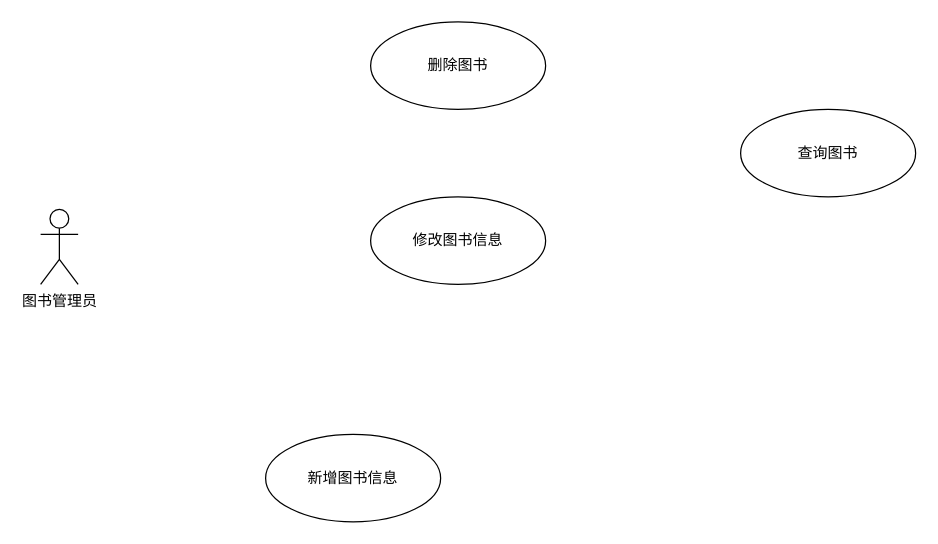
Above: 用例图.drawio in KoterRomanov/UML (draw.io), before the change. Source tidied: cells renumbered, new cells numbered last; positions are measured from the earlier drawing's top-left corner, leaving out a move shared by most shapes. Both pictures are drawn from the tidied source at 125%, with x=0, y=0 at pixel (40, 21).
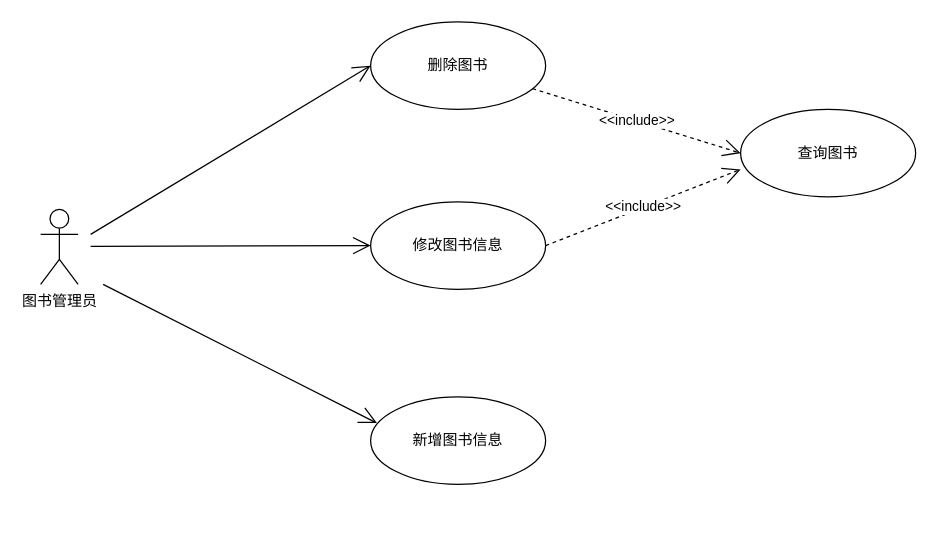
After the change.

Commit message (it also covers changes not shown here):
更新用例图.drawio

The edit, as a diff of the source:
```diff
@@
 <mxGraphModel>
   <root>
     <mxCell id="0" />
     <mxCell id="1" parent="0" />
     <mxCell id="2" value="图书管理员" style="shape=umlActor;verticalLabelPosition=bottom;verticalAlign=top;html=1;" parent="1" vertex="1">
       <mxGeometry y="150" width="30" height="60" as="geometry" />
     </mxCell>
     <mxCell id="3" value="删除图书" style="ellipse;whiteSpace=wrap;html=1;" parent="1" vertex="1">
       <mxGeometry x="264" width="140" height="70" as="geometry" />
     </mxCell>
     <mxCell id="4" value="修改图书信息" style="ellipse;whiteSpace=wrap;html=1;" parent="1" vertex="1">
-      <mxGeometry x="264" y="140" width="140" height="70" as="geometry" />
+      <mxGeometry x="264" y="144" width="140" height="70" as="geometry" />
     </mxCell>
     <mxCell id="5" value="新增图书信息" style="ellipse;whiteSpace=wrap;html=1;" parent="1" vertex="1">
-      <mxGeometry x="180" y="330" width="140" height="70" as="geometry" />
+      <mxGeometry x="264" y="300" width="140" height="70" as="geometry" />
     </mxCell>
     <mxCell id="6" value="查询图书" style="ellipse;whiteSpace=wrap;html=1;" parent="1" vertex="1">
       <mxGeometry x="560" y="70" width="140" height="70" as="geometry" />
     </mxCell>
+    <mxCell id="7" style="endArrow=open;endFill=1;endSize=12;html=1;rounded=0;entryX=0;entryY=0.5;entryDx=0;entryDy=0;" parent="1" edge="1" target="3">
+      <mxGeometry relative="1" as="geometry">
+        <mxPoint x="40" y="170" as="sourcePoint" />
+      </mxGeometry>
+    </mxCell>
+    <mxCell id="8" value="&amp;lt;&amp;lt;include&amp;gt;&amp;gt;" style="endArrow=open;endSize=12;dashed=1;html=1;rounded=0;entryX=0;entryY=0.5;entryDx=0;entryDy=0;" parent="1" edge="1" source="3" target="6">
+      <mxGeometry relative="1" as="geometry" />
+    </mxCell>
+    <mxCell id="9" style="endArrow=open;endFill=1;endSize=12;html=1;rounded=0;entryX=0;entryY=0.5;entryDx=0;entryDy=0;" parent="1" edge="1" target="4">
+      <mxGeometry relative="1" as="geometry">
+        <mxPoint x="40" y="179.5" as="sourcePoint" />
+      </mxGeometry>
+    </mxCell>
+    <mxCell id="10" value="&amp;lt;&amp;lt;include&amp;gt;&amp;gt;" style="endArrow=open;endSize=12;dashed=1;html=1;rounded=0;exitX=1;exitY=0.5;exitDx=0;exitDy=0;entryX=0;entryY=0.686;entryDx=0;entryDy=0;entryPerimeter=0;" parent="1" edge="1" source="4" target="6">
+      <mxGeometry relative="1" as="geometry" />
+    </mxCell>
+    <mxCell id="11" style="endArrow=open;endFill=1;endSize=12;html=1;rounded=0;entryX=0.036;entryY=0.3;entryDx=0;entryDy=0;entryPerimeter=0;" parent="1" edge="1" target="5">
+      <mxGeometry relative="1" as="geometry">
+        <mxPoint x="50" y="210" as="sourcePoint" />
+      </mxGeometry>
+    </mxCell>
   </root>
 </mxGraphModel>
```
